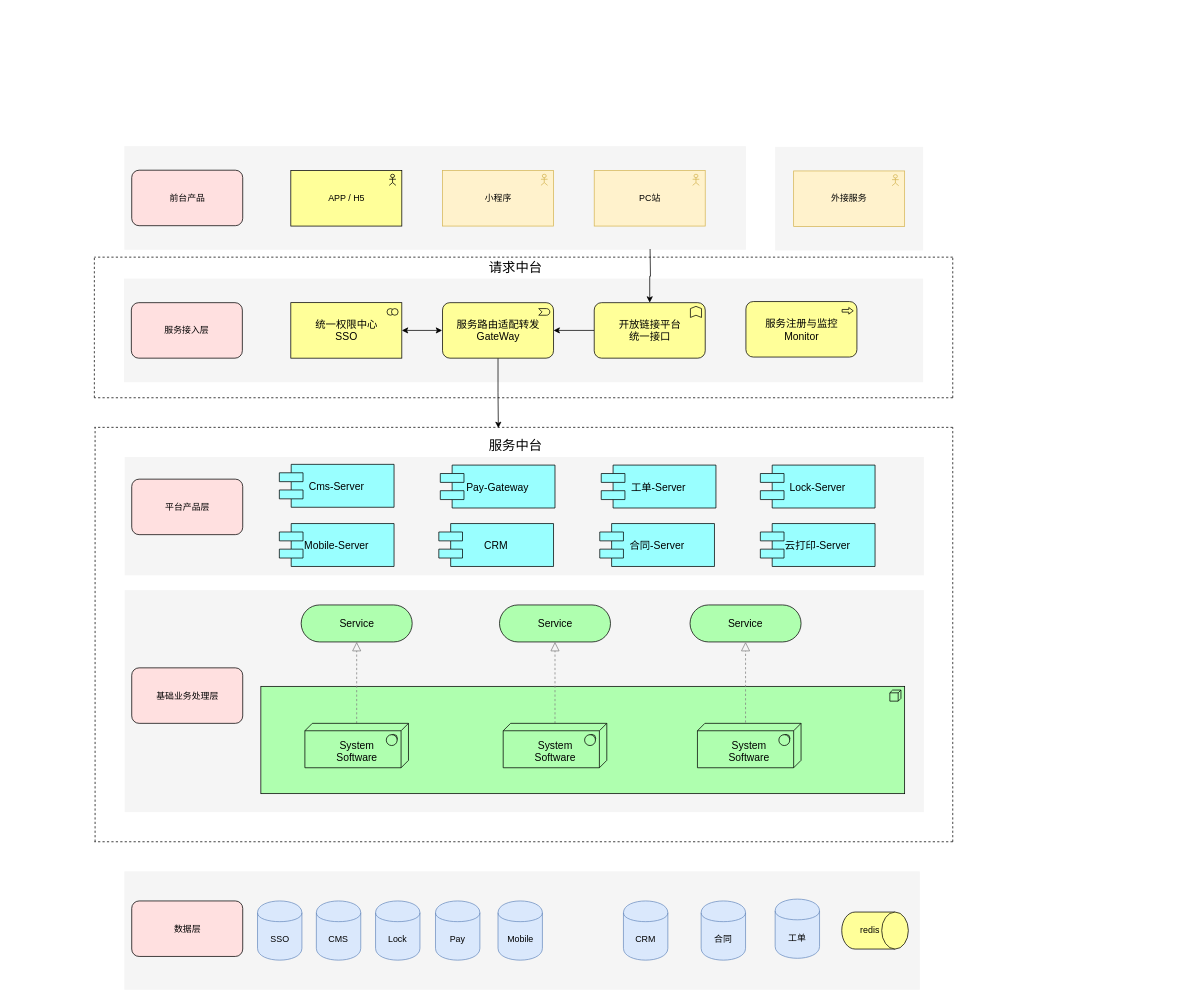
The draw.io diagram doc/多租户系统架构图.drawio in kewei8976/sso, before the edit. Source tidied: cells renumbered, new cells numbered last; positions are measured from the earlier drawing's top-left corner, leaving out a move shared by most shapes. Both pictures are drawn from the tidied source at 74%, with x=0, y=0 at pixel (13, 13).
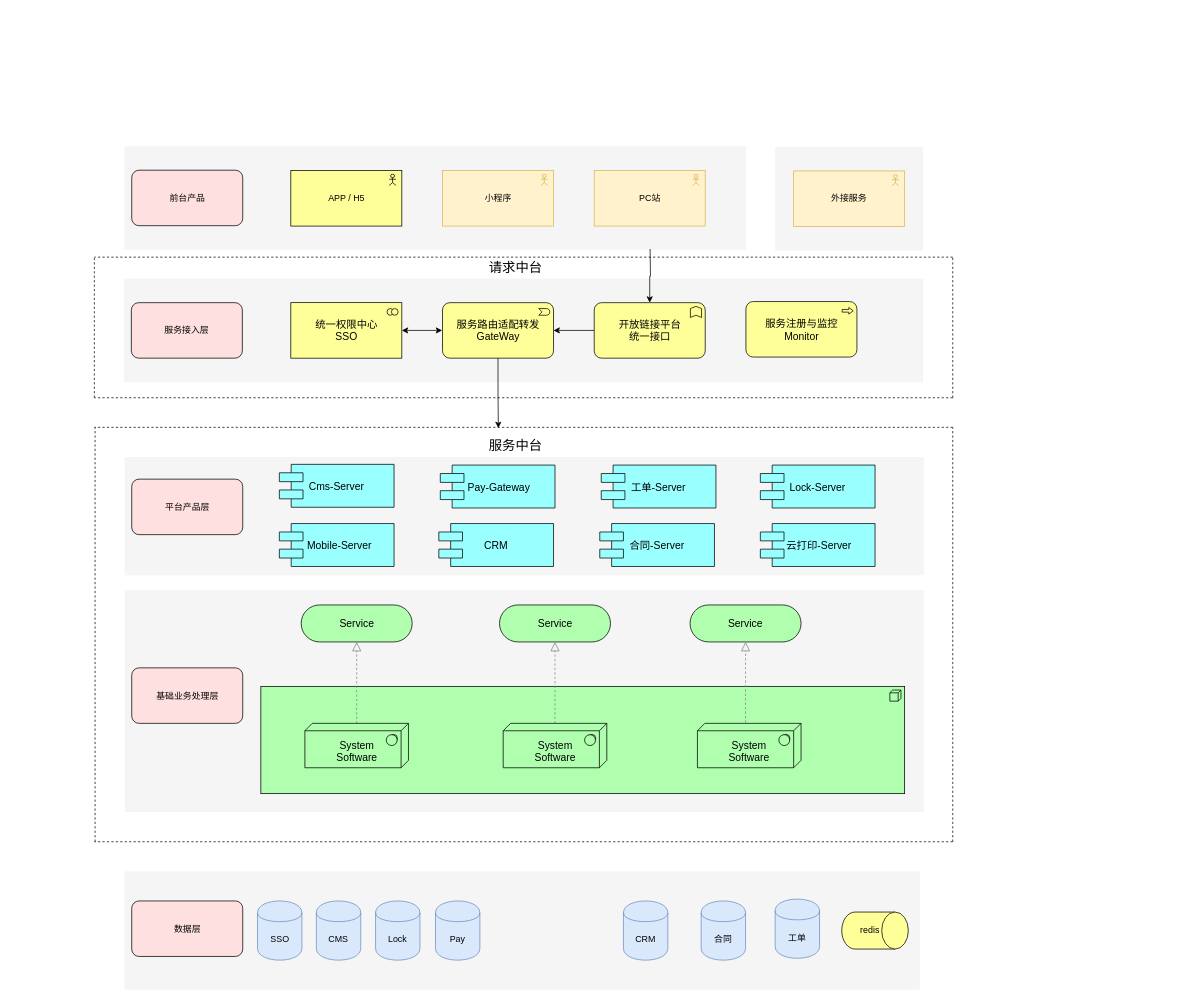
The same diagram, later.

Commit message (it also covers changes not shown here):
Update 多租户系统架构图.drawio

What changed in the source:
```diff
@@
-    <mxCell id="45" value="&lt;span style=&quot;text-align: left ; white-space: nowrap&quot;&gt;Mobile&lt;/span&gt;" style="shape=cylinder;whiteSpace=wrap;html=1;boundedLbl=1;backgroundOutline=1;fillColor=#dae8fc;strokeColor=#6c8ebf;" parent="1" vertex="1">
-      <mxGeometry x="655.5" y="1200" width="60" height="80" as="geometry" />
-    </mxCell>
-    <mxCell id="46" value="Mobile-Server" style="shape=component;align=center;fillColor=#99ffff;gradientColor=none;fontSize=14;" parent="1" vertex="1">
+    <mxCell id="46" value="  Mobile-Server" style="shape=component;align=center;fillColor=#99ffff;gradientColor=none;fontSize=14;" parent="1" vertex="1">
       <mxGeometry x="360" y="690" width="155" height="58" as="geometry" />
     </mxCell>
@@
-    <mxCell id="51" value="Pay-Gateway" style="shape=component;align=center;fillColor=#99ffff;gradientColor=none;fontSize=14;" parent="1" vertex="1">
+    <mxCell id="51" value=" Pay-Gateway" style="shape=component;align=center;fillColor=#99ffff;gradientColor=none;fontSize=14;" parent="1" vertex="1">
       <mxGeometry x="577.5" y="611" width="155" height="58" as="geometry" />
     </mxCell>
@@
-    <mxCell id="56" value="云打印-Server" style="shape=component;align=center;fillColor=#99ffff;gradientColor=none;fontSize=14;" parent="1" vertex="1">
+    <mxCell id="56" value=" 云打印-Server" style="shape=component;align=center;fillColor=#99ffff;gradientColor=none;fontSize=14;" parent="1" vertex="1">
       <mxGeometry x="1010" y="690" width="155" height="58" as="geometry" />
     </mxCell>
```
